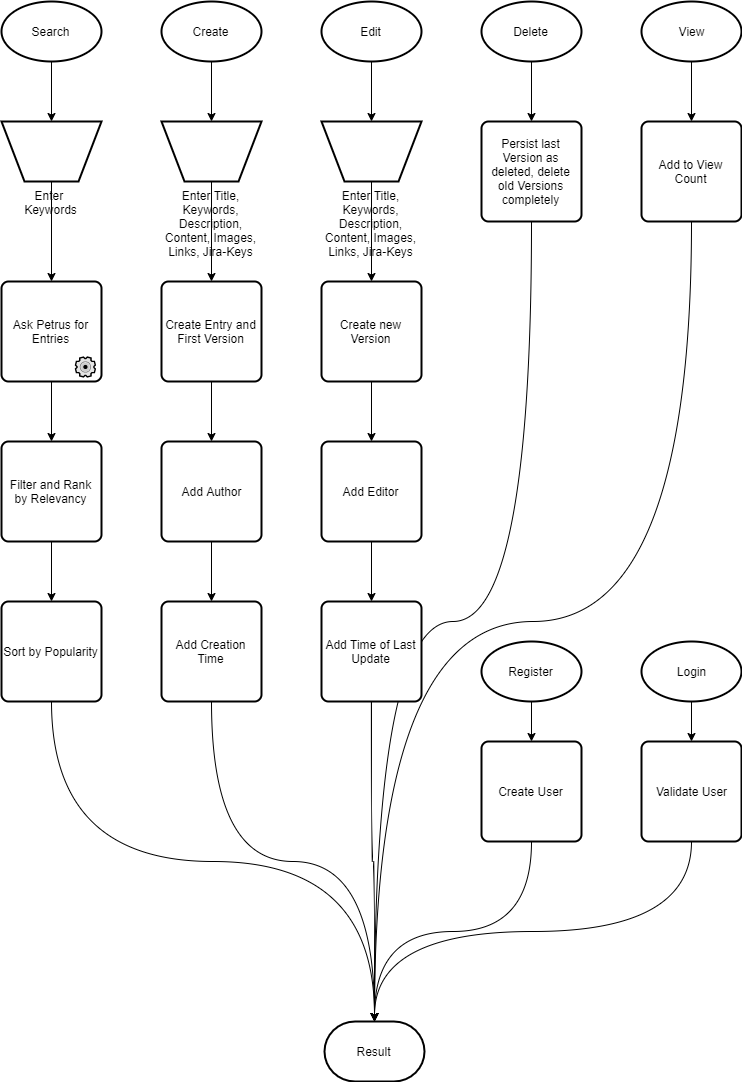
Skadisson/phoenix keeps this draw.io diagram as src/flow_diagram.png. Above is the earlier version. Source tidied: cells renumbered, new cells last; positions are measured from the earlier drawing's top-left corner, leaving out a move shared by most shapes. Its diagram source:
```xml
<mxGraphModel>
  <root>
    <mxCell id="0" />
    <mxCell id="1" parent="0" />
    <mxCell id="2" style="edgeStyle=orthogonalEdgeStyle;rounded=0;jettySize=auto;html=1;entryX=0.5;entryY=0;entryDx=0;entryDy=0;" parent="1" edge="1" source="3" target="12">
      <mxGeometry relative="1" as="geometry" />
    </mxCell>
    <mxCell id="3" value="Search" style="strokeWidth=2;html=1;shape=mxgraph.flowchart.start_1;whiteSpace=wrap;" parent="1" vertex="1">
      <mxGeometry width="100" height="60" as="geometry" />
    </mxCell>
    <mxCell id="4" style="edgeStyle=orthogonalEdgeStyle;curved=1;rounded=0;jettySize=auto;html=1;entryX=0.5;entryY=0;entryDx=0;entryDy=0;" parent="1" edge="1" source="5" target="20">
      <mxGeometry relative="1" as="geometry" />
    </mxCell>
    <mxCell id="5" value="Create" style="strokeWidth=2;html=1;shape=mxgraph.flowchart.start_1;whiteSpace=wrap;" parent="1" vertex="1">
      <mxGeometry x="160" width="100" height="60" as="geometry" />
    </mxCell>
    <mxCell id="6" style="edgeStyle=orthogonalEdgeStyle;curved=1;rounded=0;jettySize=auto;html=1;entryX=0.5;entryY=0;entryDx=0;entryDy=0;" parent="1" edge="1" source="7" target="34">
      <mxGeometry relative="1" as="geometry" />
    </mxCell>
    <mxCell id="7" value="Edit" style="strokeWidth=2;html=1;shape=mxgraph.flowchart.start_1;whiteSpace=wrap;" parent="1" vertex="1">
      <mxGeometry x="320" width="100" height="60" as="geometry" />
    </mxCell>
    <mxCell id="8" style="edgeStyle=orthogonalEdgeStyle;curved=1;rounded=0;jettySize=auto;html=1;entryX=0.5;entryY=0;entryDx=0;entryDy=0;" parent="1" edge="1" source="9" target="32">
      <mxGeometry relative="1" as="geometry" />
    </mxCell>
    <mxCell id="9" value="Delete" style="strokeWidth=2;html=1;shape=mxgraph.flowchart.start_1;whiteSpace=wrap;" parent="1" vertex="1">
      <mxGeometry x="480" width="100" height="60" as="geometry" />
    </mxCell>
    <mxCell id="10" value="Result" style="strokeWidth=2;html=1;shape=mxgraph.flowchart.terminator;whiteSpace=wrap;" parent="1" vertex="1">
      <mxGeometry x="323" y="1020" width="100" height="60" as="geometry" />
    </mxCell>
    <mxCell id="11" style="edgeStyle=orthogonalEdgeStyle;rounded=0;jettySize=auto;html=1;entryX=0.5;entryY=0;entryDx=0;entryDy=0;" parent="1" edge="1" source="12" target="14">
      <mxGeometry relative="1" as="geometry" />
    </mxCell>
    <mxCell id="12" value="Enter &lt;br&gt;Keywords" style="verticalLabelPosition=bottom;verticalAlign=top;html=1;strokeWidth=2;shape=trapezoid;perimeter=trapezoidPerimeter;whiteSpace=wrap;size=0.23;arcSize=10;flipV=1;" parent="1" vertex="1">
      <mxGeometry y="120" width="100" height="60" as="geometry" />
    </mxCell>
    <mxCell id="13" style="edgeStyle=orthogonalEdgeStyle;rounded=0;jettySize=auto;html=1;entryX=0.5;entryY=0;entryDx=0;entryDy=0;" parent="1" edge="1" source="14" target="16">
      <mxGeometry relative="1" as="geometry" />
    </mxCell>
    <mxCell id="14" value="Ask Petrus for Entries" style="rounded=1;whiteSpace=wrap;html=1;absoluteArcSize=1;arcSize=14;strokeWidth=2;" parent="1" vertex="1">
      <mxGeometry y="280" width="100" height="100" as="geometry" />
    </mxCell>
    <mxCell id="15" style="edgeStyle=orthogonalEdgeStyle;rounded=0;jettySize=auto;html=1;entryX=0.5;entryY=0;entryDx=0;entryDy=0;" parent="1" edge="1" source="16" target="18">
      <mxGeometry relative="1" as="geometry" />
    </mxCell>
    <mxCell id="16" value="Filter and Rank by Relevancy" style="rounded=1;whiteSpace=wrap;html=1;absoluteArcSize=1;arcSize=14;strokeWidth=2;" parent="1" vertex="1">
      <mxGeometry y="440" width="100" height="100" as="geometry" />
    </mxCell>
    <mxCell id="17" style="edgeStyle=orthogonalEdgeStyle;rounded=0;jettySize=auto;html=1;entryX=0.5;entryY=0;entryDx=0;entryDy=0;entryPerimeter=0;curved=1;exitX=0.5;exitY=1;exitDx=0;exitDy=0;" parent="1" edge="1" source="18" target="10">
      <mxGeometry relative="1" as="geometry" />
    </mxCell>
    <mxCell id="18" value="Sort by Popularity" style="rounded=1;whiteSpace=wrap;html=1;absoluteArcSize=1;arcSize=14;strokeWidth=2;" parent="1" vertex="1">
      <mxGeometry y="600" width="100" height="100" as="geometry" />
    </mxCell>
    <mxCell id="19" style="edgeStyle=orthogonalEdgeStyle;curved=1;rounded=0;jettySize=auto;html=1;entryX=0.5;entryY=0;entryDx=0;entryDy=0;" parent="1" edge="1" source="20" target="22">
      <mxGeometry relative="1" as="geometry" />
    </mxCell>
    <mxCell id="20" value="Enter Title, Keywords, Description, Content, Images, Links, Jira-Keys" style="verticalLabelPosition=bottom;verticalAlign=top;html=1;strokeWidth=2;shape=trapezoid;perimeter=trapezoidPerimeter;whiteSpace=wrap;size=0.23;arcSize=10;flipV=1;" parent="1" vertex="1">
      <mxGeometry x="160" y="120" width="100" height="60" as="geometry" />
    </mxCell>
    <mxCell id="21" style="edgeStyle=orthogonalEdgeStyle;curved=1;rounded=0;jettySize=auto;html=1;entryX=0.5;entryY=0;entryDx=0;entryDy=0;" parent="1" edge="1" source="22" target="24">
      <mxGeometry relative="1" as="geometry" />
    </mxCell>
    <mxCell id="22" value="Create Entry and First Version" style="rounded=1;whiteSpace=wrap;html=1;absoluteArcSize=1;arcSize=14;strokeWidth=2;" parent="1" vertex="1">
      <mxGeometry x="160" y="280" width="100" height="100" as="geometry" />
    </mxCell>
    <mxCell id="23" style="edgeStyle=orthogonalEdgeStyle;curved=1;rounded=0;jettySize=auto;html=1;entryX=0.5;entryY=0;entryDx=0;entryDy=0;" parent="1" edge="1" source="24" target="26">
      <mxGeometry relative="1" as="geometry" />
    </mxCell>
    <mxCell id="24" value="Add Author" style="rounded=1;whiteSpace=wrap;html=1;absoluteArcSize=1;arcSize=14;strokeWidth=2;" parent="1" vertex="1">
      <mxGeometry x="160" y="440" width="100" height="100" as="geometry" />
    </mxCell>
    <mxCell id="25" style="edgeStyle=orthogonalEdgeStyle;curved=1;rounded=0;jettySize=auto;html=1;entryX=0.5;entryY=0;entryDx=0;entryDy=0;entryPerimeter=0;exitX=0.5;exitY=1;exitDx=0;exitDy=0;" parent="1" edge="1" source="26" target="10">
      <mxGeometry relative="1" as="geometry" />
    </mxCell>
    <mxCell id="26" value="Add Creation Time" style="rounded=1;whiteSpace=wrap;html=1;absoluteArcSize=1;arcSize=14;strokeWidth=2;" parent="1" vertex="1">
      <mxGeometry x="160" y="600" width="100" height="100" as="geometry" />
    </mxCell>
    <mxCell id="27" style="edgeStyle=orthogonalEdgeStyle;curved=1;rounded=0;jettySize=auto;html=1;entryX=0.5;entryY=0;entryDx=0;entryDy=0;" parent="1" edge="1" source="28" target="30">
      <mxGeometry relative="1" as="geometry" />
    </mxCell>
    <mxCell id="28" value="View" style="strokeWidth=2;html=1;shape=mxgraph.flowchart.start_1;whiteSpace=wrap;" parent="1" vertex="1">
      <mxGeometry x="640" width="100" height="60" as="geometry" />
    </mxCell>
    <mxCell id="29" style="edgeStyle=orthogonalEdgeStyle;curved=1;rounded=0;jettySize=auto;html=1;entryX=0.5;entryY=0;entryDx=0;entryDy=0;entryPerimeter=0;exitX=0.5;exitY=1;exitDx=0;exitDy=0;" parent="1" edge="1" source="30" target="10">
      <mxGeometry relative="1" as="geometry" />
    </mxCell>
    <mxCell id="30" value="Add to View Count" style="rounded=1;whiteSpace=wrap;html=1;absoluteArcSize=1;arcSize=14;strokeWidth=2;" parent="1" vertex="1">
      <mxGeometry x="640" y="120" width="100" height="100" as="geometry" />
    </mxCell>
    <mxCell id="31" style="edgeStyle=orthogonalEdgeStyle;curved=1;rounded=0;jettySize=auto;html=1;entryX=0.5;entryY=0;entryDx=0;entryDy=0;entryPerimeter=0;exitX=0.5;exitY=1;exitDx=0;exitDy=0;" parent="1" edge="1" source="32" target="10">
      <mxGeometry relative="1" as="geometry" />
    </mxCell>
    <mxCell id="32" value="Persist last Version as deleted, delete old Versions completely" style="rounded=1;whiteSpace=wrap;html=1;absoluteArcSize=1;arcSize=14;strokeWidth=2;" parent="1" vertex="1">
      <mxGeometry x="480" y="120" width="100" height="100" as="geometry" />
    </mxCell>
    <mxCell id="33" style="edgeStyle=orthogonalEdgeStyle;curved=1;rounded=0;jettySize=auto;html=1;entryX=0.5;entryY=0;entryDx=0;entryDy=0;" parent="1" edge="1" source="34" target="36">
      <mxGeometry relative="1" as="geometry" />
    </mxCell>
    <mxCell id="34" value="Enter Title, Keywords, Description, Content, Images, Links, Jira-Keys" style="verticalLabelPosition=bottom;verticalAlign=top;html=1;strokeWidth=2;shape=trapezoid;perimeter=trapezoidPerimeter;whiteSpace=wrap;size=0.23;arcSize=10;flipV=1;" parent="1" vertex="1">
      <mxGeometry x="320" y="120" width="100" height="60" as="geometry" />
    </mxCell>
    <mxCell id="35" style="edgeStyle=orthogonalEdgeStyle;curved=1;rounded=0;jettySize=auto;html=1;entryX=0.5;entryY=0;entryDx=0;entryDy=0;" parent="1" edge="1" source="36" target="38">
      <mxGeometry relative="1" as="geometry" />
    </mxCell>
    <mxCell id="36" value="Create new Version" style="rounded=1;whiteSpace=wrap;html=1;absoluteArcSize=1;arcSize=14;strokeWidth=2;" parent="1" vertex="1">
      <mxGeometry x="320" y="280" width="100" height="100" as="geometry" />
    </mxCell>
    <mxCell id="37" style="edgeStyle=orthogonalEdgeStyle;curved=1;rounded=0;jettySize=auto;html=1;entryX=0.5;entryY=0;entryDx=0;entryDy=0;" parent="1" edge="1" source="38" target="40">
      <mxGeometry relative="1" as="geometry" />
    </mxCell>
    <mxCell id="38" value="Add Editor" style="rounded=1;whiteSpace=wrap;html=1;absoluteArcSize=1;arcSize=14;strokeWidth=2;" parent="1" vertex="1">
      <mxGeometry x="320" y="440" width="100" height="100" as="geometry" />
    </mxCell>
    <mxCell id="39" style="edgeStyle=orthogonalEdgeStyle;curved=1;rounded=0;jettySize=auto;html=1;entryX=0.5;entryY=0;entryDx=0;entryDy=0;entryPerimeter=0;" parent="1" edge="1" source="40" target="10">
      <mxGeometry relative="1" as="geometry" />
    </mxCell>
    <mxCell id="40" value="Add Time of Last Update" style="rounded=1;whiteSpace=wrap;html=1;absoluteArcSize=1;arcSize=14;strokeWidth=2;" parent="1" vertex="1">
      <mxGeometry x="320" y="600" width="100" height="100" as="geometry" />
    </mxCell>
    <mxCell id="41" value="&lt;a href=&quot;https://emojipedia.org/gear/&quot; style=&quot;color: rgb(102 , 0 , 153) ; cursor: pointer ; font-family: &amp;#34;arial&amp;#34; , sans-serif ; font-size: small ; text-align: left ; background-color: rgb(255 , 255 , 255)&quot;&gt;&lt;h3 class=&quot;LC20lb&quot; style=&quot;font-size: 20px ; font-weight: normal ; margin: 0px ; padding: 0px ; display: inline-block ; line-height: 1.3&quot;&gt;⚙️&lt;/h3&gt;&lt;/a&gt;" style="text;html=1;strokeColor=none;fillColor=none;align=center;verticalAlign=middle;whiteSpace=wrap;rounded=0;" parent="1" vertex="1">
      <mxGeometry x="70" y="350" width="30" height="30" as="geometry" />
    </mxCell>
    <mxCell id="42" style="edgeStyle=orthogonalEdgeStyle;curved=1;rounded=0;jettySize=auto;html=1;entryX=0.5;entryY=0;entryDx=0;entryDy=0;" parent="1" edge="1" source="43" target="47">
      <mxGeometry relative="1" as="geometry" />
    </mxCell>
    <mxCell id="43" value="Register" style="strokeWidth=2;html=1;shape=mxgraph.flowchart.start_1;whiteSpace=wrap;" parent="1" vertex="1">
      <mxGeometry x="480" y="640" width="100" height="60" as="geometry" />
    </mxCell>
    <mxCell id="44" style="edgeStyle=orthogonalEdgeStyle;curved=1;rounded=0;jettySize=auto;html=1;entryX=0.5;entryY=0;entryDx=0;entryDy=0;" parent="1" edge="1" source="45" target="49">
      <mxGeometry relative="1" as="geometry" />
    </mxCell>
    <mxCell id="45" value="Login" style="strokeWidth=2;html=1;shape=mxgraph.flowchart.start_1;whiteSpace=wrap;" parent="1" vertex="1">
      <mxGeometry x="640" y="640" width="100" height="60" as="geometry" />
    </mxCell>
    <mxCell id="46" style="edgeStyle=orthogonalEdgeStyle;curved=1;rounded=0;jettySize=auto;html=1;entryX=0.5;entryY=0;entryDx=0;entryDy=0;entryPerimeter=0;exitX=0.5;exitY=1;exitDx=0;exitDy=0;" parent="1" edge="1" source="47" target="10">
      <mxGeometry relative="1" as="geometry" />
    </mxCell>
    <mxCell id="47" value="Create User" style="rounded=1;whiteSpace=wrap;html=1;absoluteArcSize=1;arcSize=14;strokeWidth=2;" parent="1" vertex="1">
      <mxGeometry x="480" y="740" width="100" height="100" as="geometry" />
    </mxCell>
    <mxCell id="48" style="edgeStyle=orthogonalEdgeStyle;curved=1;rounded=0;jettySize=auto;html=1;entryX=0.5;entryY=0;entryDx=0;entryDy=0;entryPerimeter=0;exitX=0.5;exitY=1;exitDx=0;exitDy=0;" parent="1" edge="1" source="49" target="10">
      <mxGeometry relative="1" as="geometry" />
    </mxCell>
    <mxCell id="49" value="Validate User" style="rounded=1;whiteSpace=wrap;html=1;absoluteArcSize=1;arcSize=14;strokeWidth=2;" parent="1" vertex="1">
      <mxGeometry x="640" y="740" width="100" height="100" as="geometry" />
    </mxCell>
  </root>
</mxGraphModel>
```
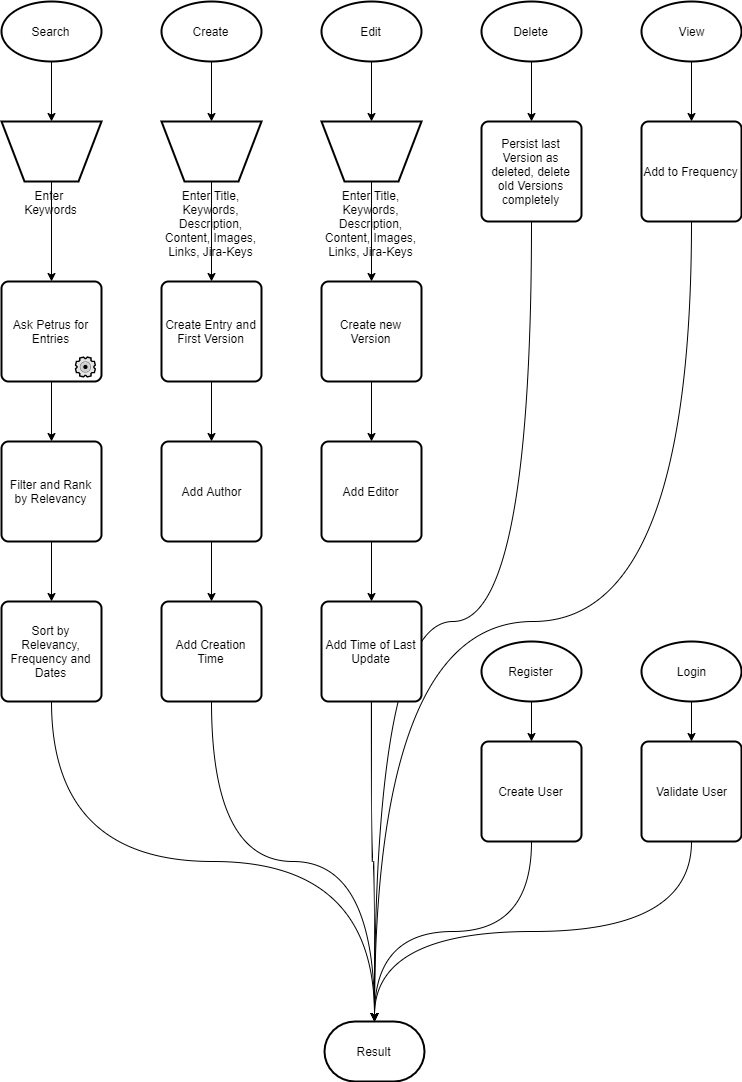
Later version of the same file.

Diff of the diagram source:
```diff
@@ -50,7 +50,7 @@
     <mxCell id="17" style="edgeStyle=orthogonalEdgeStyle;rounded=0;jettySize=auto;html=1;entryX=0.5;entryY=0;entryDx=0;entryDy=0;entryPerimeter=0;curved=1;exitX=0.5;exitY=1;exitDx=0;exitDy=0;" parent="1" edge="1" source="18" target="10">
       <mxGeometry relative="1" as="geometry" />
     </mxCell>
-    <mxCell id="18" value="Sort by Popularity" style="rounded=1;whiteSpace=wrap;html=1;absoluteArcSize=1;arcSize=14;strokeWidth=2;" parent="1" vertex="1">
+    <mxCell id="18" value="Sort by Relevancy, Frequency and Dates" style="rounded=1;whiteSpace=wrap;html=1;absoluteArcSize=1;arcSize=14;strokeWidth=2;" parent="1" vertex="1">
       <mxGeometry y="600" width="100" height="100" as="geometry" />
     </mxCell>
     <mxCell id="19" style="edgeStyle=orthogonalEdgeStyle;curved=1;rounded=0;jettySize=auto;html=1;entryX=0.5;entryY=0;entryDx=0;entryDy=0;" parent="1" edge="1" source="20" target="22">
@@ -86,7 +86,7 @@
     <mxCell id="29" style="edgeStyle=orthogonalEdgeStyle;curved=1;rounded=0;jettySize=auto;html=1;entryX=0.5;entryY=0;entryDx=0;entryDy=0;entryPerimeter=0;exitX=0.5;exitY=1;exitDx=0;exitDy=0;" parent="1" edge="1" source="30" target="10">
       <mxGeometry relative="1" as="geometry" />
     </mxCell>
-    <mxCell id="30" value="Add to View Count" style="rounded=1;whiteSpace=wrap;html=1;absoluteArcSize=1;arcSize=14;strokeWidth=2;" parent="1" vertex="1">
+    <mxCell id="30" value="Add to Frequency" style="rounded=1;whiteSpace=wrap;html=1;absoluteArcSize=1;arcSize=14;strokeWidth=2;" parent="1" vertex="1">
       <mxGeometry x="640" y="120" width="100" height="100" as="geometry" />
     </mxCell>
     <mxCell id="31" style="edgeStyle=orthogonalEdgeStyle;curved=1;rounded=0;jettySize=auto;html=1;entryX=0.5;entryY=0;entryDx=0;entryDy=0;entryPerimeter=0;exitX=0.5;exitY=1;exitDx=0;exitDy=0;" parent="1" edge="1" source="32" target="10">
```
